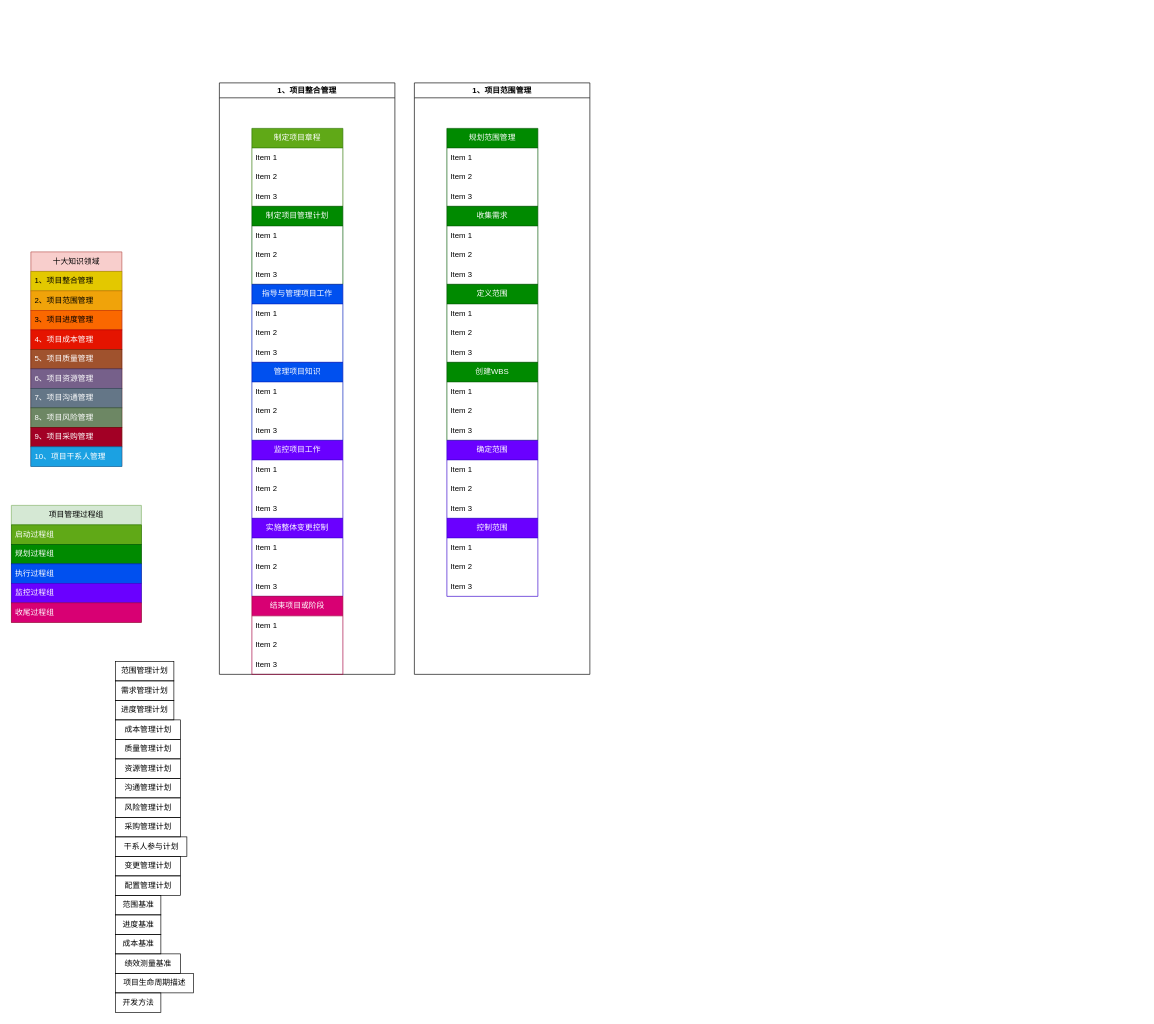
This is 未命名绘图.drawio from zhongys/Ispm, a draw.io file, before an edit. Source tidied: cells renumbered, new cells numbered last; positions are measured from the earlier drawing's top-left corner, leaving out a move shared by most shapes. Both pictures are drawn from the tidied source at 65%, with x=0, y=0 at pixel (11, 83).
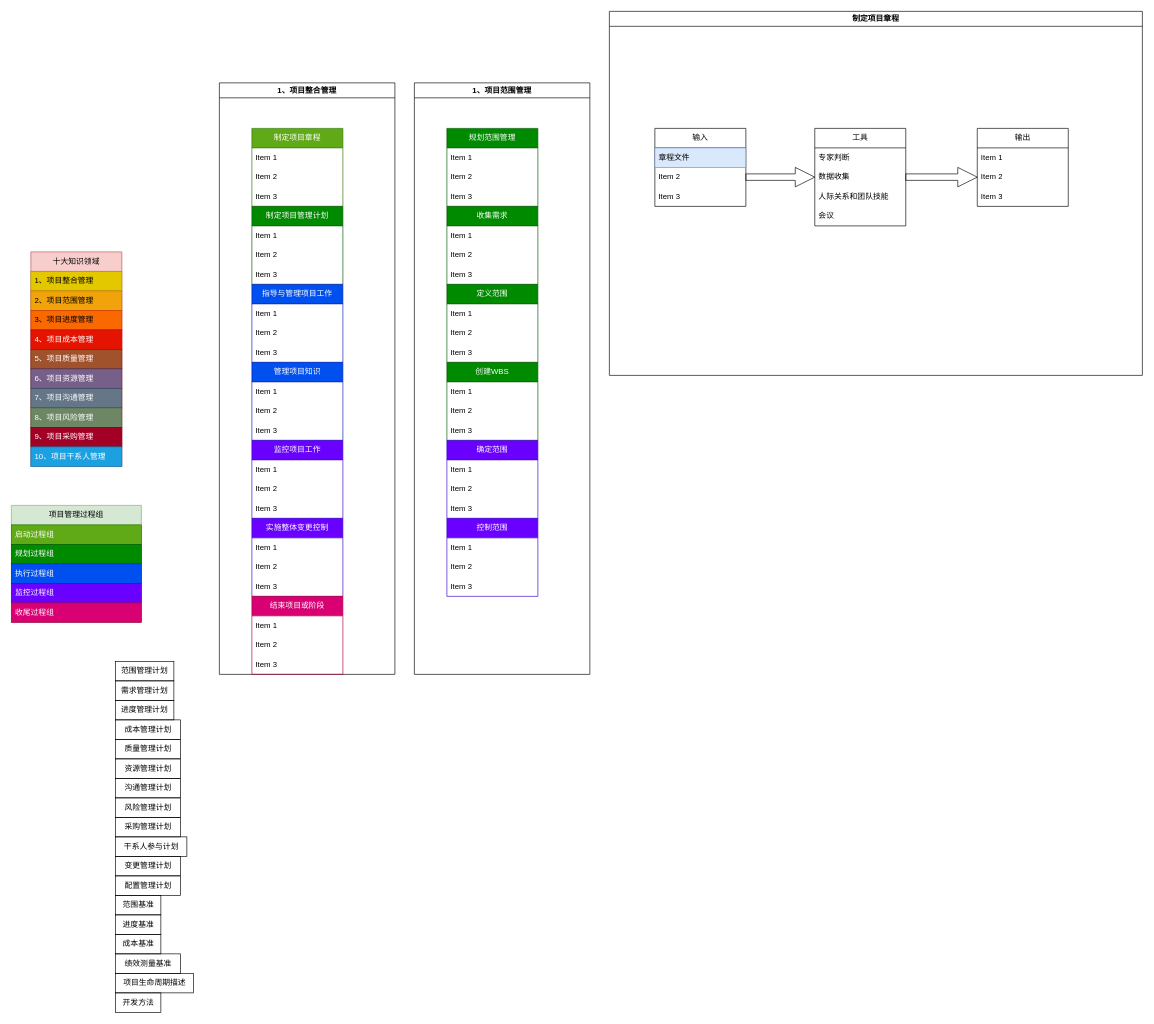
After the change.

The edit, as a diff of the source:
```diff
@@
+    <mxCell id="91" value="制定项目章程" style="swimlane;whiteSpace=wrap;html=1;" parent="1" vertex="1">
+      <mxGeometry x="920" y="-110" width="820" height="560" as="geometry" />
+    </mxCell>
+    <mxCell id="92" value="输入" style="swimlane;fontStyle=0;horizontal=1;startSize=30;whiteSpace=wrap;html=1;" parent="91" vertex="1">
+      <mxGeometry x="70" y="180" width="140" height="120" as="geometry" />
+    </mxCell>
+    <mxCell id="93" value="章程文件" style="text;strokeColor=#6c8ebf;fillColor=#dae8fc;align=left;verticalAlign=middle;spacingLeft=4;spacingRight=4;overflow=hidden;whiteSpace=wrap;html=1;" parent="92" vertex="1">
+      <mxGeometry y="30" width="140" height="30" as="geometry" />
+    </mxCell>
+    <mxCell id="94" value="Item 2" style="text;strokeColor=none;fillColor=none;align=left;verticalAlign=middle;spacingLeft=4;spacingRight=4;overflow=hidden;points=[[0,0.5],[1,0.5]];portConstraint=eastwest;whiteSpace=wrap;html=1;" parent="92" vertex="1">
+      <mxGeometry y="60" width="140" height="30" as="geometry" />
+    </mxCell>
+    <mxCell id="95" value="Item 3" style="text;strokeColor=none;fillColor=none;align=left;verticalAlign=middle;spacingLeft=4;spacingRight=4;overflow=hidden;whiteSpace=wrap;html=1;" parent="92" vertex="1">
+      <mxGeometry y="90" width="140" height="30" as="geometry" />
+    </mxCell>
+    <mxCell id="96" style="edgeStyle=orthogonalEdgeStyle;rounded=0;jettySize=auto;html=1;entryX=0;entryY=0.5;entryDx=0;entryDy=0;shape=arrow;" parent="91" edge="1" source="94">
+      <mxGeometry relative="1" as="geometry">
+        <mxPoint x="316" y="255" as="targetPoint" />
+      </mxGeometry>
+    </mxCell>
+    <mxCell id="97" value="输出" style="swimlane;fontStyle=0;horizontal=1;startSize=30;whiteSpace=wrap;html=1;" parent="91" vertex="1">
+      <mxGeometry x="566" y="180" width="140" height="120" as="geometry" />
+    </mxCell>
+    <mxCell id="98" value="Item 1" style="text;strokeColor=none;fillColor=none;align=left;verticalAlign=middle;spacingLeft=4;spacingRight=4;overflow=hidden;whiteSpace=wrap;html=1;" parent="97" vertex="1">
+      <mxGeometry y="30" width="140" height="30" as="geometry" />
+    </mxCell>
+    <mxCell id="99" value="Item 2" style="text;strokeColor=none;fillColor=none;align=left;verticalAlign=middle;spacingLeft=4;spacingRight=4;overflow=hidden;points=[[0,0.5],[1,0.5]];portConstraint=eastwest;whiteSpace=wrap;html=1;" parent="97" vertex="1">
+      <mxGeometry y="60" width="140" height="30" as="geometry" />
+    </mxCell>
+    <mxCell id="100" value="Item 3" style="text;strokeColor=none;fillColor=none;align=left;verticalAlign=middle;spacingLeft=4;spacingRight=4;overflow=hidden;whiteSpace=wrap;html=1;" parent="97" vertex="1">
+      <mxGeometry y="90" width="140" height="30" as="geometry" />
+    </mxCell>
+    <mxCell id="101" value="工具" style="swimlane;fontStyle=0;horizontal=1;startSize=30;whiteSpace=wrap;html=1;" parent="91" vertex="1">
+      <mxGeometry x="316" y="180" width="140" height="150" as="geometry" />
+    </mxCell>
+    <mxCell id="102" value="专家判断" style="text;strokeColor=none;fillColor=none;align=left;verticalAlign=middle;spacingLeft=4;spacingRight=4;overflow=hidden;whiteSpace=wrap;html=1;" parent="101" vertex="1">
+      <mxGeometry y="30" width="140" height="30" as="geometry" />
+    </mxCell>
+    <mxCell id="103" value="数据收集" style="text;strokeColor=none;fillColor=none;align=left;verticalAlign=middle;spacingLeft=4;spacingRight=4;overflow=hidden;points=[[0,0.5],[1,0.5]];portConstraint=eastwest;whiteSpace=wrap;html=1;" parent="101" vertex="1">
+      <mxGeometry y="60" width="140" height="30" as="geometry" />
+    </mxCell>
+    <mxCell id="104" value="人际关系和团队技能" style="text;strokeColor=none;fillColor=none;align=left;verticalAlign=middle;spacingLeft=4;spacingRight=4;overflow=hidden;whiteSpace=wrap;html=1;" parent="101" vertex="1">
+      <mxGeometry y="90" width="140" height="30" as="geometry" />
+    </mxCell>
+    <mxCell id="105" value="会议" style="text;strokeColor=none;fillColor=none;align=left;verticalAlign=middle;spacingLeft=4;spacingRight=4;overflow=hidden;whiteSpace=wrap;html=1;" parent="101" vertex="1">
+      <mxGeometry y="120" width="140" height="30" as="geometry" />
+    </mxCell>
+    <mxCell id="106" style="edgeStyle=orthogonalEdgeStyle;rounded=0;jettySize=auto;html=1;entryX=0;entryY=0.5;entryDx=0;entryDy=0;shape=arrow;" parent="91" edge="1" source="103" target="99">
+      <mxGeometry relative="1" as="geometry" />
+    </mxCell>
```
